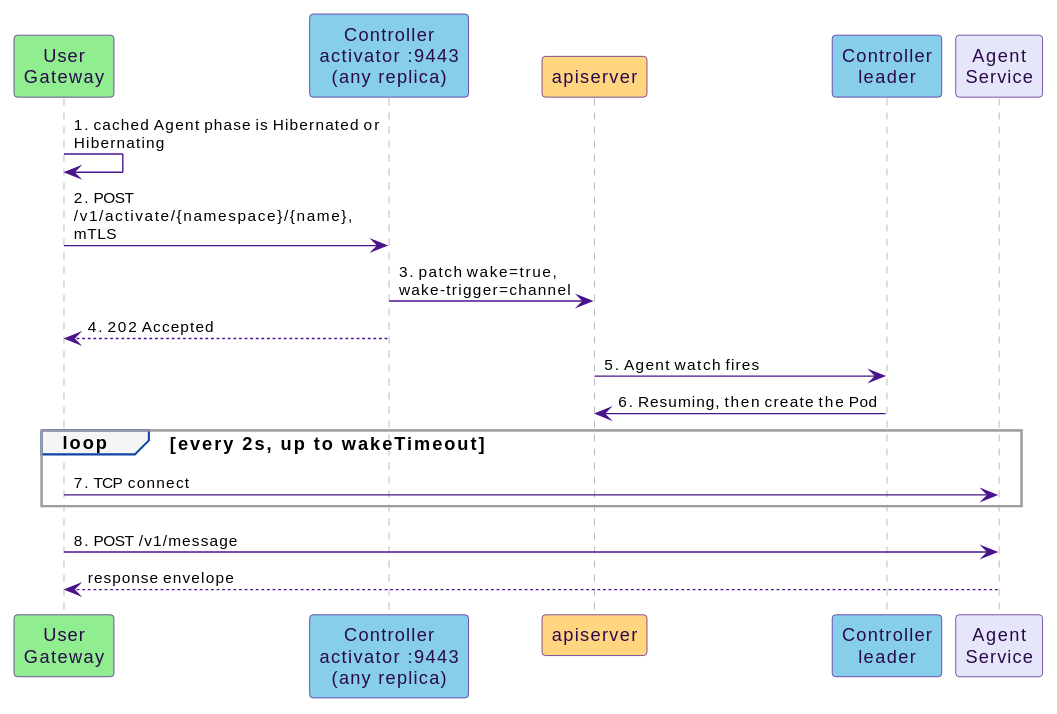
Before: docs/src/diagrams/wake-sequence.svg, a diagram exported from PlantUML (win07xp/kaalm).
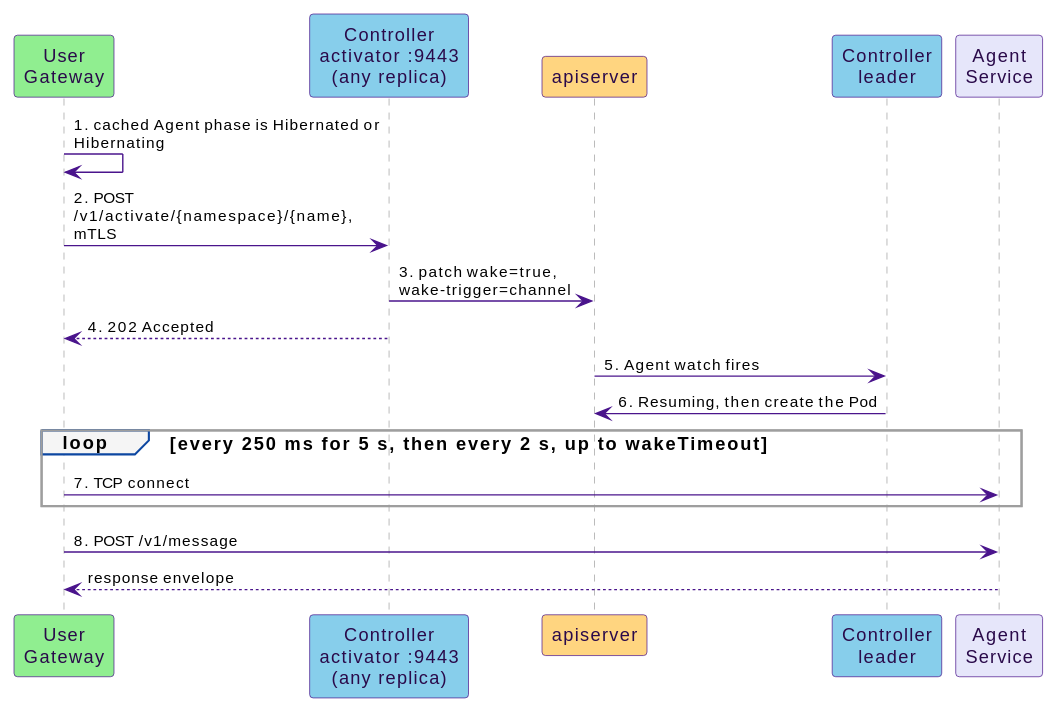
Later version of the same file.

Commit message:
docs: describe the gateway's wake poll schedule

The edit, as a diff of the source:
```diff
@@ -13,7 +13,7 @@
 ctrl --> gw : 4. 202 Accepted
 api -> leader : 5. Agent watch fires
 leader -> api : 6. Resuming, then create the Pod
-loop every 2s, up to wakeTimeout
+loop every 250 ms for 5 s, then every 2 s, up to wakeTimeout
   gw -> agent : 7. TCP connect
 end
 gw -> agent : 8. POST /v1/message
```
